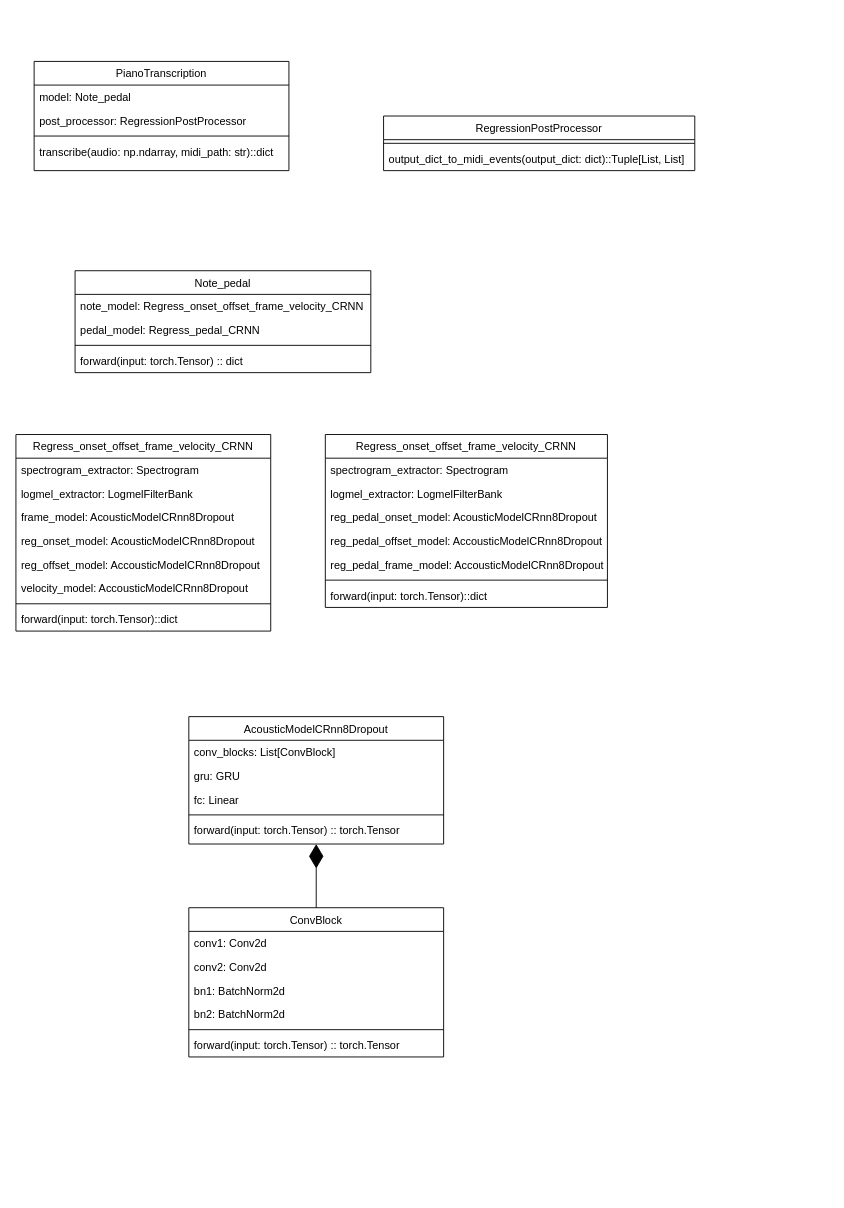
This is thesis/diagrams/AI_class_diagram.drawio from mj300405/TuneScript, a draw.io file, before an edit. Source tidied: cells renumbered, new cells numbered last; positions are measured from the earlier drawing's top-left corner, leaving out a move shared by most shapes. Both pictures are drawn from the tidied source at 91%, with x=0, y=0 at pixel (15, 61).
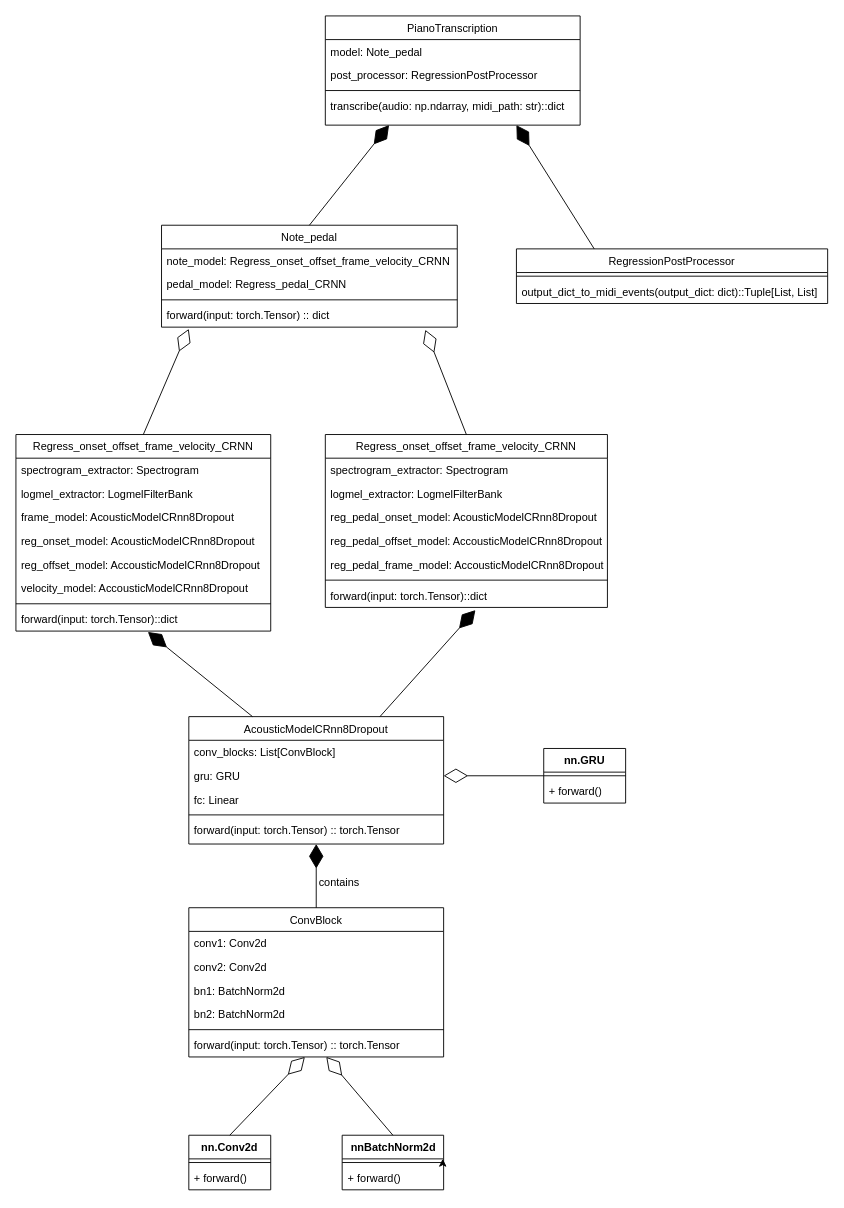
After the change.

The change refers to these unchanged cells:
```xml
<mxCell id="11" value="forward(input: torch.Tensor) :: dict" style="text;align=left;verticalAlign=top;spacingLeft=4;spacingRight=4;overflow=hidden;points=[[0,0.5],[1,0.5]];portConstraint=eastwest;fontStyle=0;" parent="7" vertex="1">
  <mxGeometry y="86" width="325" height="26" as="geometry" />
</mxCell>
<mxCell id="15" value="Regress_onset_offset_frame_velocity_CRNN" style="swimlane;fontStyle=0;align=center;verticalAlign=top;horizontal=1;startSize=26;rounded=0;shadow=0;strokeWidth=1;" parent="1" vertex="1">
  <mxGeometry y="410" width="280" height="216" as="geometry" />
</mxCell>
<mxCell id="23" value="forward(input: torch.Tensor)::dict" style="text;align=left;verticalAlign=top;spacingLeft=4;spacingRight=4;overflow=hidden;points=[[0,0.5],[1,0.5]];portConstraint=eastwest;fontStyle=0;" parent="15" vertex="1">
  <mxGeometry y="190" width="280" height="26" as="geometry" />
</mxCell>
<mxCell id="24" value="Regress_onset_offset_frame_velocity_CRNN" style="swimlane;fontStyle=0;align=center;verticalAlign=top;horizontal=1;startSize=26;rounded=0;shadow=0;strokeWidth=1;" parent="1" vertex="1">
  <mxGeometry x="340" y="410" width="310" height="190" as="geometry" />
</mxCell>
<mxCell id="31" value="forward(input: torch.Tensor)::dict" style="text;align=left;verticalAlign=top;spacingLeft=4;spacingRight=4;overflow=hidden;points=[[0,0.5],[1,0.5]];portConstraint=eastwest;fontStyle=0;" parent="24" vertex="1">
  <mxGeometry y="164" width="310" height="26" as="geometry" />
</mxCell>
<mxCell id="32" value="AcousticModelCRnn8Dropout" style="swimlane;fontStyle=0;align=center;verticalAlign=top;horizontal=1;startSize=26;rounded=0;shadow=0;strokeWidth=1;" parent="1" vertex="1">
  <mxGeometry x="190" y="720" width="280" height="140" as="geometry" />
</mxCell>
<mxCell id="34" value="gru: GRU" style="text;align=left;verticalAlign=top;spacingLeft=4;spacingRight=4;overflow=hidden;points=[[0,0.5],[1,0.5]];portConstraint=eastwest;rounded=0;shadow=0;html=0;" parent="32" vertex="1">
  <mxGeometry y="52" width="280" height="26" as="geometry" />
</mxCell>
<mxCell id="44" value="forward(input: torch.Tensor) :: torch.Tensor" style="text;align=left;verticalAlign=top;spacingLeft=4;spacingRight=4;overflow=hidden;points=[[0,0.5],[1,0.5]];portConstraint=eastwest;fontStyle=0;" parent="38" vertex="1">
  <mxGeometry y="138" width="280" height="26" as="geometry" />
</mxCell>
```

The edit, as a diff of the source:
```diff
@@
     <mxCell id="2" value="PianoTranscription" style="swimlane;fontStyle=0;align=center;verticalAlign=top;horizontal=1;startSize=26;rounded=0;shadow=0;strokeWidth=1;" parent="1" vertex="1">
-      <mxGeometry x="20" width="280" height="120" as="geometry" />
+      <mxGeometry x="340" y="-50" width="280" height="120" as="geometry" />
     </mxCell>
@@
     <mxCell id="7" value="Note_pedal" style="swimlane;fontStyle=0;align=center;verticalAlign=top;horizontal=1;startSize=26;rounded=0;shadow=0;strokeWidth=1;" parent="1" vertex="1">
-      <mxGeometry x="65" y="230" width="325" height="112" as="geometry" />
+      <mxGeometry x="160" y="180" width="325" height="112" as="geometry" />
     </mxCell>
@@
     <mxCell id="12" value="RegressionPostProcessor" style="swimlane;fontStyle=0;align=center;verticalAlign=top;horizontal=1;startSize=26;rounded=0;shadow=0;strokeWidth=1;" parent="1" vertex="1">
-      <mxGeometry x="404" y="60" width="342" height="60" as="geometry" />
+      <mxGeometry x="550" y="206" width="342" height="60" as="geometry" />
     </mxCell>
@@
+    <mxCell id="46" value="contains" style="text;html=1;align=center;verticalAlign=middle;strokeColor=none;fillColor=none;" parent="1" vertex="1">
+      <mxGeometry x="320" y="888" width="70" height="30" as="geometry" />
+    </mxCell>
+    <mxCell id="47" style="endArrow=diamondThin;endFill=1;endSize=24;html=1;rounded=0;entryX=0.518;entryY=1.038;entryDx=0;entryDy=0;entryPerimeter=0;exitX=0.25;exitY=0;exitDx=0;exitDy=0;" parent="1" edge="1" source="32" target="23">
+      <mxGeometry relative="1" as="geometry" />
+    </mxCell>
+    <mxCell id="48" style="endArrow=diamondThin;endFill=1;endSize=24;html=1;rounded=0;exitX=0.75;exitY=0;exitDx=0;exitDy=0;entryX=0.532;entryY=1.115;entryDx=0;entryDy=0;entryPerimeter=0;" parent="1" edge="1" source="32" target="31">
+      <mxGeometry relative="1" as="geometry" />
+    </mxCell>
+    <mxCell id="49" style="endArrow=diamondThin;endFill=1;endSize=24;html=1;rounded=0;exitX=0.25;exitY=0;exitDx=0;exitDy=0;entryX=0.75;entryY=1;entryDx=0;entryDy=0;" parent="1" edge="1" source="12" target="2">
+      <mxGeometry relative="1" as="geometry" />
+    </mxCell>
+    <mxCell id="50" style="endArrow=diamondThin;endFill=1;endSize=24;html=1;rounded=0;exitX=0.5;exitY=0;exitDx=0;exitDy=0;entryX=0.25;entryY=1;entryDx=0;entryDy=0;" parent="1" edge="1" source="7" target="2">
+      <mxGeometry relative="1" as="geometry" />
+    </mxCell>
+    <mxCell id="51" style="endArrow=diamondThin;endFill=0;endSize=24;html=1;rounded=0;exitX=0.5;exitY=0;exitDx=0;exitDy=0;entryX=0.092;entryY=1.077;entryDx=0;entryDy=0;entryPerimeter=0;" parent="1" edge="1" source="15" target="11">
+      <mxGeometry relative="1" as="geometry" />
+    </mxCell>
+    <mxCell id="52" style="endArrow=diamondThin;endFill=0;endSize=24;html=1;rounded=0;exitX=0.5;exitY=0;exitDx=0;exitDy=0;entryX=0.892;entryY=1.115;entryDx=0;entryDy=0;entryPerimeter=0;" parent="1" edge="1" source="24" target="11">
+      <mxGeometry relative="1" as="geometry" />
+    </mxCell>
+    <mxCell id="53" value="nn.GRU" style="swimlane;fontStyle=1;align=center;verticalAlign=top;horizontal=1;startSize=26;whiteSpace=wrap;html=1;" parent="1" vertex="1">
+      <mxGeometry x="580" y="755" width="90" height="60" as="geometry" />
+    </mxCell>
+    <mxCell id="54" style="line;strokeWidth=1;fillColor=none;align=left;verticalAlign=middle;spacingTop=-1;spacingLeft=3;spacingRight=3;labelPosition=right;strokeColor=inherit;" parent="53" vertex="1">
+      <mxGeometry y="26" width="90" height="8" as="geometry" />
+    </mxCell>
+    <mxCell id="55" value="+ forward()" style="text;strokeColor=none;fillColor=none;align=left;verticalAlign=top;spacingLeft=4;spacingRight=4;overflow=hidden;whiteSpace=wrap;html=1;" parent="53" vertex="1">
+      <mxGeometry y="34" width="90" height="26" as="geometry" />
+    </mxCell>
+    <mxCell id="56" value="nn.Conv2d" style="swimlane;fontStyle=1;align=center;verticalAlign=top;horizontal=1;startSize=26;whiteSpace=wrap;html=1;" parent="1" vertex="1">
+      <mxGeometry x="190" y="1180" width="90" height="60" as="geometry" />
+    </mxCell>
+    <mxCell id="57" style="line;strokeWidth=1;fillColor=none;align=left;verticalAlign=middle;spacingTop=-1;spacingLeft=3;spacingRight=3;labelPosition=right;strokeColor=inherit;" parent="56" vertex="1">
+      <mxGeometry y="26" width="90" height="8" as="geometry" />
+    </mxCell>
+    <mxCell id="58" value="+ forward()" style="text;strokeColor=none;fillColor=none;align=left;verticalAlign=top;spacingLeft=4;spacingRight=4;overflow=hidden;whiteSpace=wrap;html=1;" parent="56" vertex="1">
+      <mxGeometry y="34" width="90" height="26" as="geometry" />
+    </mxCell>
+    <mxCell id="59" value="nnBatchNorm2d" style="swimlane;fontStyle=1;align=center;verticalAlign=top;horizontal=1;startSize=26;whiteSpace=wrap;html=1;" parent="1" vertex="1">
+      <mxGeometry x="358.5" y="1180" width="111.5" height="60" as="geometry" />
+    </mxCell>
+    <mxCell id="60" style="line;strokeWidth=1;fillColor=none;align=left;verticalAlign=middle;spacingTop=-1;spacingLeft=3;spacingRight=3;labelPosition=right;points=[];portConstraint=eastwest;strokeColor=inherit;" parent="59" vertex="1">
+      <mxGeometry y="26" width="111.5" height="8" as="geometry" />
+    </mxCell>
+    <mxCell id="61" value="+ forward()" style="text;strokeColor=none;fillColor=none;align=left;verticalAlign=top;spacingLeft=4;spacingRight=4;overflow=hidden;whiteSpace=wrap;html=1;" parent="59" vertex="1">
+      <mxGeometry y="34" width="111.5" height="26" as="geometry" />
+    </mxCell>
+    <mxCell id="62" style="edgeStyle=orthogonalEdgeStyle;rounded=0;jettySize=auto;html=1;exitX=1;exitY=0.5;exitDx=0;exitDy=0;entryX=0.991;entryY=0;entryDx=0;entryDy=0;entryPerimeter=0;" parent="59" edge="1" source="59" target="60">
+      <mxGeometry relative="1" as="geometry" />
+    </mxCell>
+    <mxCell id="63" style="endArrow=diamondThin;endFill=0;endSize=24;html=1;rounded=0;exitX=0.5;exitY=0;exitDx=0;exitDy=0;" parent="1" edge="1" source="56" target="44">
+      <mxGeometry relative="1" as="geometry" />
+    </mxCell>
+    <mxCell id="64" style="endArrow=diamondThin;endFill=0;endSize=24;html=1;rounded=0;exitX=0.5;exitY=0;exitDx=0;exitDy=0;" parent="1" edge="1" source="59" target="44">
+      <mxGeometry relative="1" as="geometry" />
+    </mxCell>
+    <mxCell id="65" style="endArrow=diamondThin;endFill=0;endSize=24;html=1;rounded=0;exitX=0;exitY=0.5;exitDx=0;exitDy=0;entryX=1;entryY=0.5;entryDx=0;entryDy=0;" parent="1" edge="1" source="53" target="34">
+      <mxGeometry relative="1" as="geometry" />
+    </mxCell>
```
